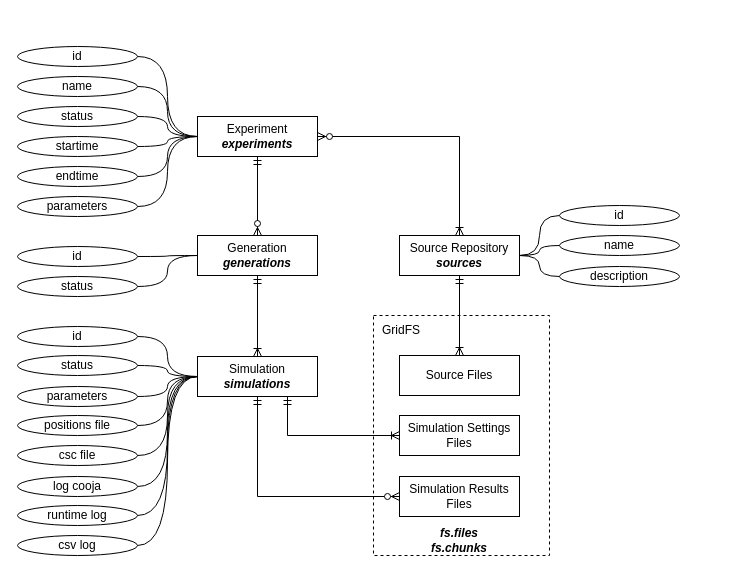
The draw.io diagram page "ER" (2 of 3) of docs/diagrams/diagrams.drawio in JunioCesarFerreira/simlab, before the edit. Source tidied: cells renumbered, new cells numbered last; positions are measured from the earlier drawing's top-left corner, leaving out a move shared by most shapes. Both pictures are drawn from the tidied source at 100%, with x=0, y=0 at pixel (17, 46).
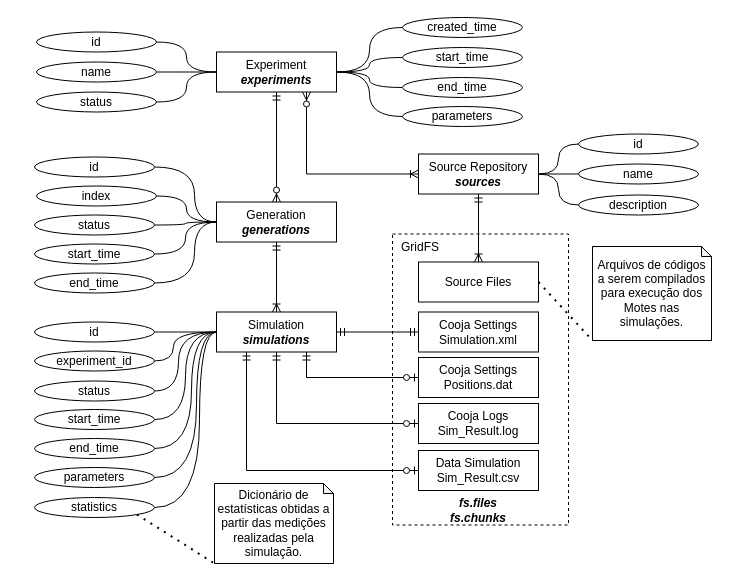
Above is the later version.

Diff of the diagram source:
```diff
@@
-    <mxCell id="2" style="rounded=0;whiteSpace=wrap;html=1;dashed=1;" parent="1" vertex="1">
-      <mxGeometry x="356" y="269" width="176" height="240" as="geometry" />
+    <mxCell id="2" style="rounded=0;whiteSpace=wrap;html=1;dashed=1;fillColor=none;" parent="1" vertex="1">
+      <mxGeometry x="375" y="187.5" width="176" height="291" as="geometry" />
     </mxCell>
-    <mxCell id="3" style="edgeStyle=orthogonalEdgeStyle;rounded=0;jettySize=auto;html=1;exitX=1;exitY=0.5;exitDx=0;exitDy=0;entryX=0.5;entryY=0;entryDx=0;entryDy=0;endArrow=ERoneToMany;endFill=0;startArrow=ERzeroToMany;startFill=1;" parent="1" edge="1" source="4" target="41">
+    <mxCell id="3" style="edgeStyle=orthogonalEdgeStyle;rounded=0;jettySize=auto;html=1;exitX=0.75;exitY=1;exitDx=0;exitDy=0;entryX=0;entryY=0.5;entryDx=0;entryDy=0;endArrow=ERoneToMany;endFill=0;startArrow=ERzeroToMany;startFill=1;" parent="1" edge="1" source="4" target="41">
       <mxGeometry relative="1" as="geometry" />
     </mxCell>
     <mxCell id="4" value="Experiment&lt;br&gt;&lt;b&gt;&lt;i&gt;experiments&lt;/i&gt;&lt;/b&gt;" style="rounded=0;whiteSpace=wrap;html=1;" parent="1" vertex="1">
-      <mxGeometry x="180" y="70" width="120" height="40" as="geometry" />
+      <mxGeometry x="199" y="5.5" width="120" height="40" as="geometry" />
     </mxCell>
@@
-    <mxCell id="6" style="edgeStyle=orthogonalEdgeStyle;rounded=0;jettySize=auto;html=1;exitX=0.75;exitY=1;exitDx=0;exitDy=0;entryX=0;entryY=0.5;entryDx=0;entryDy=0;startFill=0;endArrow=ERoneToMany;endFill=0;startArrow=ERmandOne;" parent="1" edge="1" source="8" target="52">
+    <mxCell id="6" style="edgeStyle=orthogonalEdgeStyle;rounded=0;jettySize=auto;html=1;exitX=1;exitY=0.5;exitDx=0;exitDy=0;entryX=0;entryY=0.5;entryDx=0;entryDy=0;startFill=0;endArrow=ERmandOne;endFill=0;startArrow=ERmandOne;" parent="1" edge="1" source="8" target="52">
       <mxGeometry relative="1" as="geometry" />
     </mxCell>
-    <mxCell id="7" style="edgeStyle=orthogonalEdgeStyle;rounded=0;jettySize=auto;html=1;exitX=0.5;exitY=1;exitDx=0;exitDy=0;entryX=0;entryY=0.5;entryDx=0;entryDy=0;startFill=0;endArrow=ERzeroToMany;endFill=1;startArrow=ERmandOne;" parent="1" edge="1" source="8" target="53">
+    <mxCell id="7" style="edgeStyle=orthogonalEdgeStyle;rounded=0;jettySize=auto;html=1;exitX=0.25;exitY=1;exitDx=0;exitDy=0;entryX=0;entryY=0.5;entryDx=0;entryDy=0;startFill=0;endArrow=ERzeroToOne;endFill=1;startArrow=ERmandOne;" parent="1" edge="1" source="8" target="53">
       <mxGeometry relative="1" as="geometry" />
     </mxCell>
     <mxCell id="8" value="Simulation&lt;br&gt;&lt;b&gt;&lt;i&gt;simulations&lt;/i&gt;&lt;/b&gt;" style="rounded=0;whiteSpace=wrap;html=1;" parent="1" vertex="1">
-      <mxGeometry x="180" y="310" width="120" height="40" as="geometry" />
+      <mxGeometry x="199" y="265.5" width="120" height="40" as="geometry" />
     </mxCell>
@@
     <mxCell id="10" value="id" style="ellipse;whiteSpace=wrap;html=1;" parent="1" vertex="1">
-      <mxGeometry width="120" height="20" as="geometry" />
+      <mxGeometry x="19" y="-14.5" width="120" height="20" as="geometry" />
     </mxCell>
@@
     <mxCell id="12" value="name" style="ellipse;whiteSpace=wrap;html=1;" parent="1" vertex="1">
-      <mxGeometry y="30" width="120" height="20" as="geometry" />
+      <mxGeometry x="19" y="15.5" width="120" height="20" as="geometry" />
     </mxCell>
@@
     <mxCell id="14" value="status" style="ellipse;whiteSpace=wrap;html=1;" parent="1" vertex="1">
-      <mxGeometry y="60" width="120" height="20" as="geometry" />
+      <mxGeometry x="19" y="45.5" width="120" height="20" as="geometry" />
     </mxCell>
-    <mxCell id="15" style="edgeStyle=orthogonalEdgeStyle;curved=1;rounded=0;jettySize=auto;html=1;exitX=1;exitY=0.5;exitDx=0;exitDy=0;entryX=0;entryY=0.5;entryDx=0;entryDy=0;startArrow=none;startFill=0;endArrow=none;endFill=0;" parent="1" edge="1" source="16" target="4">
+    <mxCell id="15" style="edgeStyle=orthogonalEdgeStyle;curved=1;rounded=0;jettySize=auto;html=1;exitX=0;exitY=0.5;exitDx=0;exitDy=0;entryX=1;entryY=0.5;entryDx=0;entryDy=0;startArrow=none;startFill=0;endArrow=none;endFill=0;" parent="1" edge="1" source="16" target="4">
       <mxGeometry relative="1" as="geometry" />
     </mxCell>
-    <mxCell id="16" value="startime" style="ellipse;whiteSpace=wrap;html=1;" parent="1" vertex="1">
-      <mxGeometry y="90" width="120" height="20" as="geometry" />
+    <mxCell id="16" value="created_time" style="ellipse;whiteSpace=wrap;html=1;" parent="1" vertex="1">
+      <mxGeometry x="385" y="-29" width="120" height="20" as="geometry" />
     </mxCell>
-    <mxCell id="17" style="edgeStyle=orthogonalEdgeStyle;curved=1;rounded=0;jettySize=auto;html=1;exitX=1;exitY=0.5;exitDx=0;exitDy=0;entryX=0;entryY=0.5;entryDx=0;entryDy=0;startArrow=none;startFill=0;endArrow=none;endFill=0;" parent="1" edge="1" source="18" target="4">
+    <mxCell id="17" style="edgeStyle=orthogonalEdgeStyle;curved=1;rounded=0;jettySize=auto;html=1;exitX=0;exitY=0.5;exitDx=0;exitDy=0;startArrow=none;startFill=0;endArrow=none;endFill=0;entryX=1;entryY=0.5;entryDx=0;entryDy=0;" parent="1" edge="1" source="18" target="4">
       <mxGeometry relative="1" as="geometry" />
     </mxCell>
-    <mxCell id="18" value="parameters" style="ellipse;whiteSpace=wrap;html=1;" parent="1" vertex="1">
-      <mxGeometry y="150" width="120" height="20" as="geometry" />
+    <mxCell id="18" value="end_time" style="ellipse;whiteSpace=wrap;html=1;" parent="1" vertex="1">
+      <mxGeometry x="385" y="31" width="120" height="20" as="geometry" />
     </mxCell>
-    <mxCell id="19" style="edgeStyle=orthogonalEdgeStyle;curved=1;rounded=0;jettySize=auto;html=1;exitX=1;exitY=0.5;exitDx=0;exitDy=0;entryX=0;entryY=0.5;entryDx=0;entryDy=0;startArrow=none;startFill=0;endArrow=none;endFill=0;" parent="1" edge="1" source="20" target="4">
+    <mxCell id="19" style="edgeStyle=orthogonalEdgeStyle;curved=1;rounded=0;jettySize=auto;html=1;exitX=0;exitY=0.5;exitDx=0;exitDy=0;startArrow=none;startFill=0;endArrow=none;endFill=0;entryX=1;entryY=0.5;entryDx=0;entryDy=0;" parent="1" edge="1" source="20" target="4">
       <mxGeometry relative="1" as="geometry" />
     </mxCell>
-    <mxCell id="20" value="endtime" style="ellipse;whiteSpace=wrap;html=1;" parent="1" vertex="1">
-      <mxGeometry y="120" width="120" height="20" as="geometry" />
+    <mxCell id="20" value="start_time" style="ellipse;whiteSpace=wrap;html=1;" parent="1" vertex="1">
+      <mxGeometry x="385" y="1" width="120" height="20" as="geometry" />
     </mxCell>
@@
     <mxCell id="22" value="Generation&lt;br&gt;&lt;b&gt;&lt;i&gt;generations&lt;/i&gt;&lt;/b&gt;" style="rounded=0;whiteSpace=wrap;html=1;" parent="1" vertex="1">
-      <mxGeometry x="180" y="189" width="120" height="40" as="geometry" />
+      <mxGeometry x="199" y="155.5" width="120" height="40" as="geometry" />
     </mxCell>
-    <mxCell id="23" style="edgeStyle=orthogonalEdgeStyle;curved=1;rounded=0;jettySize=auto;html=1;exitX=1;exitY=0.5;exitDx=0;exitDy=0;entryX=0;entryY=0.5;entryDx=0;entryDy=0;endArrow=none;endFill=0;" parent="1" edge="1" source="24" target="8">
-      <mxGeometry relative="1" as="geometry" />
-    </mxCell>
-    <mxCell id="24" value="csc file" style="ellipse;whiteSpace=wrap;html=1;" parent="1" vertex="1">
-      <mxGeometry y="399" width="120" height="20" as="geometry" />
-    </mxCell>
-    <mxCell id="25" style="edgeStyle=orthogonalEdgeStyle;curved=1;rounded=0;jettySize=auto;html=1;exitX=1;exitY=0.5;exitDx=0;exitDy=0;entryX=0;entryY=0.5;entryDx=0;entryDy=0;endArrow=none;endFill=0;" parent="1" edge="1" source="26" target="8">
-      <mxGeometry relative="1" as="geometry" />
-    </mxCell>
-    <mxCell id="26" value="positions file" style="ellipse;whiteSpace=wrap;html=1;" parent="1" vertex="1">
-      <mxGeometry y="369" width="120" height="20" as="geometry" />
-    </mxCell>
@@
     <mxCell id="28" value="id" style="ellipse;whiteSpace=wrap;html=1;" parent="1" vertex="1">
-      <mxGeometry y="280" width="120" height="20" as="geometry" />
+      <mxGeometry x="17" y="275.5" width="120" height="20" as="geometry" />
     </mxCell>
-    <mxCell id="29" style="edgeStyle=orthogonalEdgeStyle;curved=1;rounded=0;jettySize=auto;html=1;exitX=1;exitY=0.5;exitDx=0;exitDy=0;entryX=0;entryY=0.5;entryDx=0;entryDy=0;endArrow=none;endFill=0;" parent="1" edge="1" source="30" target="8">
-      <mxGeometry relative="1" as="geometry" />
-    </mxCell>
-    <mxCell id="30" value="csv log" style="ellipse;whiteSpace=wrap;html=1;" parent="1" vertex="1">
-      <mxGeometry y="489" width="120" height="20" as="geometry" />
-    </mxCell>
     <mxCell id="31" style="edgeStyle=orthogonalEdgeStyle;curved=1;rounded=0;jettySize=auto;html=1;exitX=1;exitY=0.5;exitDx=0;exitDy=0;entryX=0;entryY=0.5;entryDx=0;entryDy=0;endArrow=none;endFill=0;" parent="1" edge="1" source="32" target="8">
-      <mxGeometry relative="1" as="geometry" />
+      <mxGeometry relative="1" as="geometry">
+        <Array as="points">
+          <mxPoint x="161" y="345" />
+          <mxPoint x="161" y="286" />
+        </Array>
+      </mxGeometry>
     </mxCell>
     <mxCell id="32" value="status" style="ellipse;whiteSpace=wrap;html=1;" parent="1" vertex="1">
-      <mxGeometry y="309" width="120" height="20" as="geometry" />
+      <mxGeometry x="17" y="334.5" width="120" height="20" as="geometry" />
     </mxCell>
-    <mxCell id="33" style="edgeStyle=orthogonalEdgeStyle;curved=1;rounded=0;jettySize=auto;html=1;exitX=1;exitY=0.5;exitDx=0;exitDy=0;entryX=0;entryY=0.5;entryDx=0;entryDy=0;endArrow=none;endFill=0;" parent="1" edge="1" source="34" target="8">
-      <mxGeometry relative="1" as="geometry" />
-    </mxCell>
-    <mxCell id="34" value="log cooja" style="ellipse;whiteSpace=wrap;html=1;" parent="1" vertex="1">
-      <mxGeometry y="430" width="120" height="20" as="geometry" />
-    </mxCell>
-    <mxCell id="35" style="edgeStyle=orthogonalEdgeStyle;curved=1;rounded=0;jettySize=auto;html=1;exitX=1;exitY=0.5;exitDx=0;exitDy=0;entryX=0;entryY=0.5;entryDx=0;entryDy=0;endArrow=none;endFill=0;" parent="1" edge="1" source="36" target="8">
-      <mxGeometry relative="1" as="geometry" />
-    </mxCell>
-    <mxCell id="36" value="runtime log" style="ellipse;whiteSpace=wrap;html=1;" parent="1" vertex="1">
-      <mxGeometry y="459" width="120" height="20" as="geometry" />
-    </mxCell>
     <mxCell id="37" style="edgeStyle=orthogonalEdgeStyle;curved=1;rounded=0;jettySize=auto;html=1;exitX=1;exitY=0.5;exitDx=0;exitDy=0;entryX=0;entryY=0.5;entryDx=0;entryDy=0;endArrow=none;endFill=0;" parent="1" edge="1" source="38" target="22">
-      <mxGeometry relative="1" as="geometry" />
+      <mxGeometry relative="1" as="geometry">
+        <Array as="points">
+          <mxPoint x="177" y="120.5" />
+          <mxPoint x="177" y="175.5" />
+        </Array>
+      </mxGeometry>
     </mxCell>
     <mxCell id="38" value="id" style="ellipse;whiteSpace=wrap;html=1;" parent="1" vertex="1">
-      <mxGeometry y="200" width="120" height="20" as="geometry" />
+      <mxGeometry x="17" y="110.5" width="120" height="20" as="geometry" />
     </mxCell>
@@
     <mxCell id="40" value="status" style="ellipse;whiteSpace=wrap;html=1;" parent="1" vertex="1">
-      <mxGeometry y="230" width="120" height="20" as="geometry" />
+      <mxGeometry x="17" y="168.5" width="120" height="20" as="geometry" />
     </mxCell>
     <mxCell id="41" value="Source Repository&lt;br&gt;&lt;b&gt;&lt;i&gt;sources&lt;/i&gt;&lt;/b&gt;" style="rounded=0;whiteSpace=wrap;html=1;" parent="1" vertex="1">
-      <mxGeometry x="382" y="189" width="120" height="40" as="geometry" />
+      <mxGeometry x="401" y="107.5" width="120" height="40" as="geometry" />
     </mxCell>
@@
     <mxCell id="43" value="id" style="ellipse;whiteSpace=wrap;html=1;" parent="1" vertex="1">
-      <mxGeometry x="542" y="159" width="120" height="20" as="geometry" />
+      <mxGeometry x="561" y="87.5" width="120" height="20" as="geometry" />
     </mxCell>
@@
     <mxCell id="45" value="Source Files" style="rounded=0;whiteSpace=wrap;html=1;" parent="1" vertex="1">
-      <mxGeometry x="382" y="309" width="120" height="40" as="geometry" />
+      <mxGeometry x="401" y="215.5" width="120" height="40" as="geometry" />
     </mxCell>
@@
     <mxCell id="47" value="name" style="ellipse;whiteSpace=wrap;html=1;" parent="1" vertex="1">
-      <mxGeometry x="542" y="189" width="120" height="20" as="geometry" />
+      <mxGeometry x="561" y="117.5" width="120" height="20" as="geometry" />
     </mxCell>
@@
     <mxCell id="49" value="description" style="ellipse;whiteSpace=wrap;html=1;" parent="1" vertex="1">
-      <mxGeometry x="542" y="220" width="120" height="20" as="geometry" />
+      <mxGeometry x="561" y="148.5" width="120" height="20" as="geometry" />
     </mxCell>
     <mxCell id="50" style="edgeStyle=orthogonalEdgeStyle;rounded=0;jettySize=auto;html=1;exitX=1;exitY=0.5;exitDx=0;exitDy=0;entryX=0;entryY=0.5;entryDx=0;entryDy=0;startArrow=none;startFill=0;endArrow=none;endFill=0;curved=1;" parent="1" edge="1" source="51" target="8">
-      <mxGeometry relative="1" as="geometry" />
+      <mxGeometry relative="1" as="geometry">
+        <Array as="points">
+          <mxPoint x="179" y="431" />
+          <mxPoint x="179" y="286" />
+        </Array>
+      </mxGeometry>
     </mxCell>
     <mxCell id="51" value="parameters" style="ellipse;whiteSpace=wrap;html=1;" parent="1" vertex="1">
-      <mxGeometry y="340" width="120" height="20" as="geometry" />
+      <mxGeometry x="17" y="421" width="120" height="20" as="geometry" />
     </mxCell>
-    <mxCell id="52" value="Simulation Settings Files" style="rounded=0;whiteSpace=wrap;html=1;" parent="1" vertex="1">
-      <mxGeometry x="382" y="369" width="120" height="40" as="geometry" />
+    <mxCell id="52" value="Cooja Settings&lt;br&gt;Simulation.xml" style="rounded=0;whiteSpace=wrap;html=1;" parent="1" vertex="1">
+      <mxGeometry x="401" y="265.5" width="120" height="40" as="geometry" />
     </mxCell>
-    <mxCell id="53" value="Simulation Results Files" style="rounded=0;whiteSpace=wrap;html=1;" parent="1" vertex="1">
-      <mxGeometry x="382" y="430" width="120" height="40" as="geometry" />
+    <mxCell id="53" value="Data Simulation&lt;br&gt;Sim_Result.csv" style="rounded=0;whiteSpace=wrap;html=1;" parent="1" vertex="1">
+      <mxGeometry x="401" y="404" width="120" height="40" as="geometry" />
     </mxCell>
     <mxCell id="54" value="GridFS" style="text;html=1;strokeColor=none;fillColor=none;align=center;verticalAlign=middle;whiteSpace=wrap;rounded=0;dashed=1;" parent="1" vertex="1">
-      <mxGeometry x="356" y="269" width="56" height="30" as="geometry" />
+      <mxGeometry x="375" y="185.5" width="56" height="30" as="geometry" />
     </mxCell>
     <mxCell id="55" value="&lt;i&gt;&lt;b&gt;fs.files fs.chunks&lt;/b&gt;&lt;/i&gt;" style="text;html=1;strokeColor=none;fillColor=none;align=center;verticalAlign=middle;whiteSpace=wrap;rounded=0;" parent="1" vertex="1">
-      <mxGeometry x="407" y="479" width="70" height="30" as="geometry" />
+      <mxGeometry x="426" y="448.5" width="70" height="30" as="geometry" />
     </mxCell>
+    <mxCell id="56" style="edgeStyle=orthogonalEdgeStyle;rounded=0;jettySize=auto;html=1;exitX=1;exitY=0.5;exitDx=0;exitDy=0;entryX=0;entryY=0.5;entryDx=0;entryDy=0;curved=1;endArrow=none;endFill=0;" parent="1" edge="1" source="57" target="8">
+      <mxGeometry relative="1" as="geometry">
+        <Array as="points">
+          <mxPoint x="182" y="461" />
+          <mxPoint x="182" y="285" />
+        </Array>
+      </mxGeometry>
+    </mxCell>
+    <mxCell id="57" value="statistics" style="ellipse;whiteSpace=wrap;html=1;" parent="1" vertex="1">
+      <mxGeometry x="17" y="451" width="120" height="20" as="geometry" />
+    </mxCell>
+    <mxCell id="58" style="edgeStyle=orthogonalEdgeStyle;rounded=0;jettySize=auto;html=1;exitX=0;exitY=0.5;exitDx=0;exitDy=0;startArrow=ERzeroToOne;startFill=1;endArrow=ERmandOne;endFill=0;entryX=0.75;entryY=1;entryDx=0;entryDy=0;" parent="1" edge="1" source="59" target="8">
+      <mxGeometry relative="1" as="geometry" />
+    </mxCell>
+    <mxCell id="59" value="Cooja Settings&lt;br&gt;Positions.dat" style="rounded=0;whiteSpace=wrap;html=1;" parent="1" vertex="1">
+      <mxGeometry x="401" y="311" width="120" height="40" as="geometry" />
+    </mxCell>
+    <mxCell id="60" style="edgeStyle=orthogonalEdgeStyle;rounded=0;jettySize=auto;html=1;exitX=0;exitY=0.5;exitDx=0;exitDy=0;entryX=0.5;entryY=1;entryDx=0;entryDy=0;startArrow=ERzeroToOne;startFill=1;endArrow=ERmandOne;endFill=0;" parent="1" edge="1" source="61" target="8">
+      <mxGeometry relative="1" as="geometry" />
+    </mxCell>
+    <mxCell id="61" value="Cooja Logs&lt;br&gt;Sim_Result.log" style="rounded=0;whiteSpace=wrap;html=1;" parent="1" vertex="1">
+      <mxGeometry x="401" y="357" width="120" height="40" as="geometry" />
+    </mxCell>
+    <mxCell id="62" style="edgeStyle=orthogonalEdgeStyle;rounded=0;jettySize=auto;html=1;exitX=1;exitY=0.5;exitDx=0;exitDy=0;entryX=0;entryY=0.5;entryDx=0;entryDy=0;startArrow=none;startFill=0;endArrow=none;endFill=0;curved=1;" parent="1" edge="1" source="63" target="8">
+      <mxGeometry relative="1" as="geometry">
+        <Array as="points">
+          <mxPoint x="156" y="315" />
+          <mxPoint x="156" y="285" />
+        </Array>
+      </mxGeometry>
+    </mxCell>
+    <mxCell id="63" value="experiment_id" style="ellipse;whiteSpace=wrap;html=1;" parent="1" vertex="1">
+      <mxGeometry x="17" y="304.5" width="120" height="20" as="geometry" />
+    </mxCell>
+    <mxCell id="64" style="edgeStyle=orthogonalEdgeStyle;curved=1;rounded=0;jettySize=auto;html=1;exitX=1;exitY=0.5;exitDx=0;exitDy=0;entryX=0;entryY=0.5;entryDx=0;entryDy=0;startArrow=none;startFill=0;endArrow=none;endFill=0;" parent="1" edge="1" source="65" target="22">
+      <mxGeometry relative="1" as="geometry" />
+    </mxCell>
+    <mxCell id="65" value="start_time" style="ellipse;whiteSpace=wrap;html=1;" parent="1" vertex="1">
+      <mxGeometry x="17" y="197.5" width="120" height="20" as="geometry" />
+    </mxCell>
+    <mxCell id="66" style="edgeStyle=orthogonalEdgeStyle;curved=1;rounded=0;jettySize=auto;html=1;exitX=1;exitY=0.5;exitDx=0;exitDy=0;startArrow=none;startFill=0;endArrow=none;endFill=0;entryX=0;entryY=0.5;entryDx=0;entryDy=0;" parent="1" edge="1" source="67" target="22">
+      <mxGeometry relative="1" as="geometry">
+        <Array as="points">
+          <mxPoint x="177" y="236.5" />
+          <mxPoint x="177" y="175.5" />
+        </Array>
+      </mxGeometry>
+    </mxCell>
+    <mxCell id="67" value="end_time" style="ellipse;whiteSpace=wrap;html=1;" parent="1" vertex="1">
+      <mxGeometry x="17" y="226.5" width="120" height="20" as="geometry" />
+    </mxCell>
+    <mxCell id="68" style="edgeStyle=orthogonalEdgeStyle;curved=1;rounded=0;jettySize=auto;html=1;exitX=1;exitY=0.5;exitDx=0;exitDy=0;entryX=0;entryY=0.5;entryDx=0;entryDy=0;startArrow=none;startFill=0;endArrow=none;endFill=0;" parent="1" edge="1" source="69" target="8">
+      <mxGeometry relative="1" as="geometry">
+        <Array as="points">
+          <mxPoint x="168" y="373" />
+          <mxPoint x="168" y="286" />
+        </Array>
+      </mxGeometry>
+    </mxCell>
+    <mxCell id="69" value="start_time" style="ellipse;whiteSpace=wrap;html=1;" parent="1" vertex="1">
+      <mxGeometry x="17" y="363" width="120" height="20" as="geometry" />
+    </mxCell>
+    <mxCell id="70" style="edgeStyle=orthogonalEdgeStyle;curved=1;rounded=0;jettySize=auto;html=1;exitX=1;exitY=0.5;exitDx=0;exitDy=0;startArrow=none;startFill=0;endArrow=none;endFill=0;entryX=0;entryY=0.5;entryDx=0;entryDy=0;" parent="1" edge="1" source="71" target="8">
+      <mxGeometry relative="1" as="geometry">
+        <Array as="points">
+          <mxPoint x="174" y="402" />
+          <mxPoint x="174" y="286" />
+        </Array>
+      </mxGeometry>
+    </mxCell>
+    <mxCell id="71" value="end_time" style="ellipse;whiteSpace=wrap;html=1;" parent="1" vertex="1">
+      <mxGeometry x="17" y="392" width="120" height="20" as="geometry" />
+    </mxCell>
+    <mxCell id="72" style="edgeStyle=orthogonalEdgeStyle;curved=1;rounded=0;jettySize=auto;html=1;exitX=1;exitY=0.5;exitDx=0;exitDy=0;entryX=0;entryY=0.5;entryDx=0;entryDy=0;startArrow=none;startFill=0;endArrow=none;endFill=0;" parent="1" edge="1" source="73" target="22">
+      <mxGeometry relative="1" as="geometry" />
+    </mxCell>
+    <mxCell id="73" value="index" style="ellipse;whiteSpace=wrap;html=1;" parent="1" vertex="1">
+      <mxGeometry x="19" y="139.5" width="120" height="20" as="geometry" />
+    </mxCell>
+    <mxCell id="74" style="edgeStyle=orthogonalEdgeStyle;curved=1;rounded=0;jettySize=auto;html=1;exitX=0;exitY=0.5;exitDx=0;exitDy=0;entryX=1;entryY=0.5;entryDx=0;entryDy=0;startArrow=none;startFill=0;endArrow=none;endFill=0;" parent="1" edge="1" source="75" target="4">
+      <mxGeometry relative="1" as="geometry" />
+    </mxCell>
+    <mxCell id="75" value="parameters" style="ellipse;whiteSpace=wrap;html=1;" parent="1" vertex="1">
+      <mxGeometry x="385" y="60" width="120" height="20" as="geometry" />
+    </mxCell>
+    <mxCell id="76" value="Arquivos de códigos a serem compilados para execução dos Motes nas simulações." style="shape=note;whiteSpace=wrap;html=1;backgroundOutline=1;darkOpacity=0.05;size=10;" parent="1" vertex="1">
+      <mxGeometry x="575" y="200" width="119" height="94" as="geometry" />
+    </mxCell>
+    <mxCell id="77" style="endArrow=none;dashed=1;html=1;dashPattern=1 3;strokeWidth=2;entryX=0;entryY=1;entryDx=0;entryDy=0;entryPerimeter=0;exitX=1;exitY=0.5;exitDx=0;exitDy=0;" parent="1" edge="1" source="45" target="76">
+      <mxGeometry relative="1" as="geometry" />
+    </mxCell>
+    <mxCell id="78" value="Dicionário de estatísticas obtidas a partir das medições realizadas pela simulação." style="shape=note;whiteSpace=wrap;html=1;backgroundOutline=1;darkOpacity=0.05;size=10;" parent="1" vertex="1">
+      <mxGeometry x="197" y="437" width="119" height="80" as="geometry" />
+    </mxCell>
+    <mxCell id="79" style="endArrow=none;dashed=1;html=1;dashPattern=1 3;strokeWidth=2;entryX=0;entryY=1;entryDx=0;entryDy=0;entryPerimeter=0;exitX=1;exitY=1;exitDx=0;exitDy=0;" parent="1" edge="1" source="57" target="78">
+      <mxGeometry relative="1" as="geometry" />
+    </mxCell>
```
